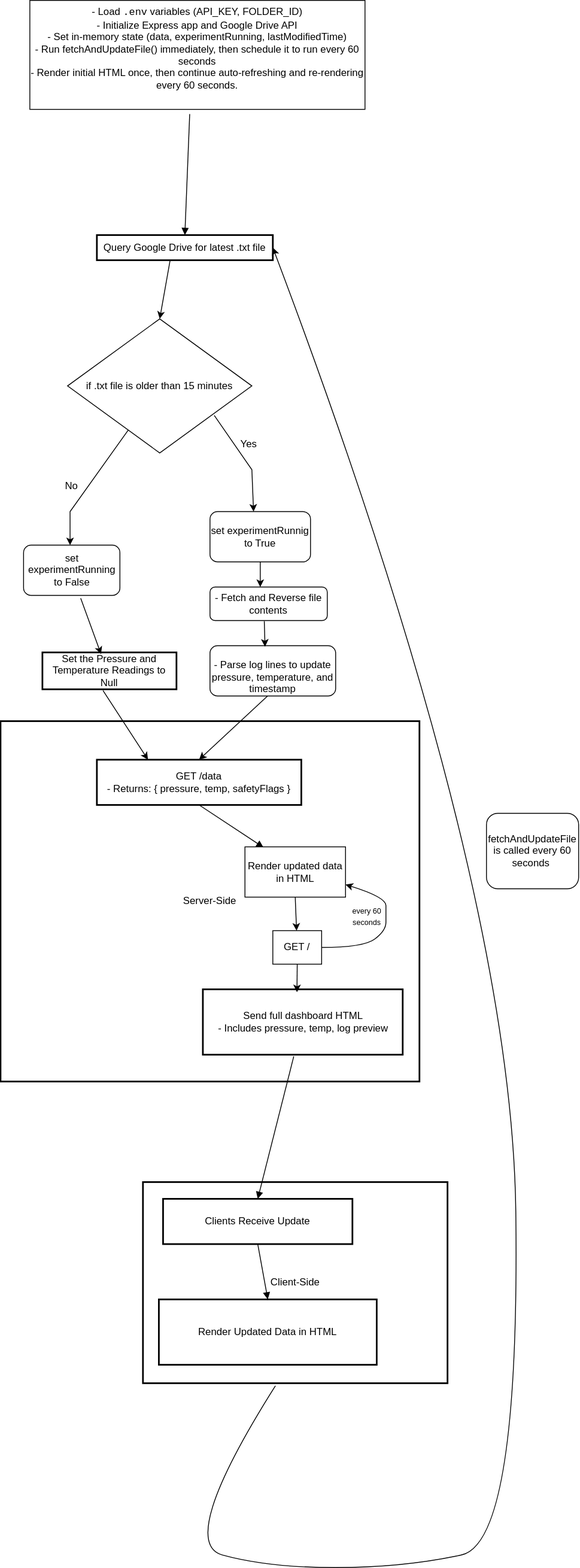
Above: webmonitorFlowchart.drawio.svg in uw-loci/EBEAM_webmonitor (draw.io), before the change. Source tidied: cells renumbered, new cells last; positions are measured from the earlier drawing's top-left corner, leaving out a move shared by most shapes.
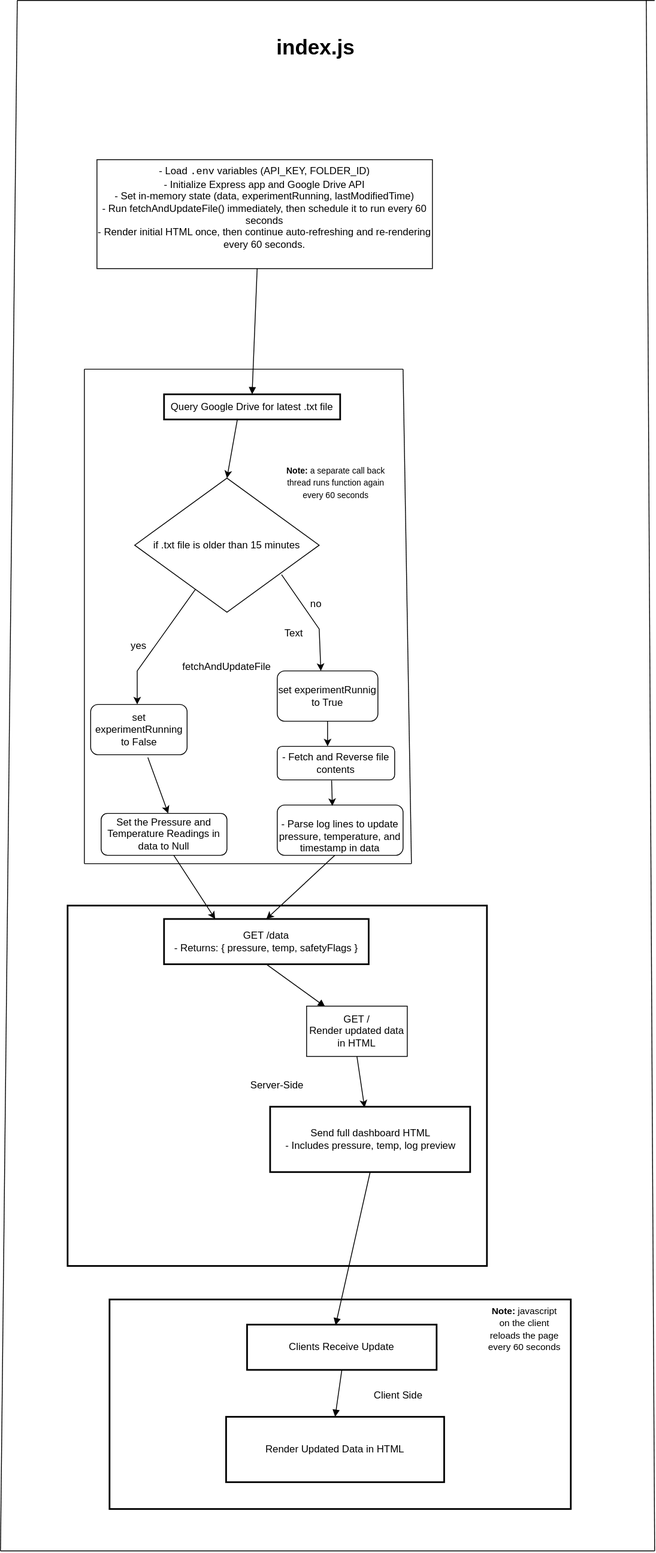
The same diagram one commit later.

What changed in the source:
```diff
@@ -3,39 +3,34 @@
     <mxCell id="0" />
     <mxCell id="1" parent="0" />
     <mxCell id="2" value="Server-Side" style="whiteSpace=wrap;strokeWidth=2;" parent="1" vertex="1">
-      <mxGeometry y="860" width="500" height="430" as="geometry" />
+      <mxGeometry y="890" width="500" height="430" as="geometry" />
     </mxCell>
-    <mxCell id="3" value="Client-Side" style="whiteSpace=wrap;strokeWidth=2;" parent="1" vertex="1">
-      <mxGeometry x="170" y="1410" width="363.5" height="240" as="geometry" />
+    <mxCell id="3" style="whiteSpace=wrap;strokeWidth=2;" parent="1" vertex="1">
+      <mxGeometry x="50" y="1360" width="550" height="250" as="geometry" />
     </mxCell>
     <mxCell id="4" value="Query Google Drive for latest .txt file" style="whiteSpace=wrap;strokeWidth=2;" parent="1" vertex="1">
       <mxGeometry x="115" y="280" width="210" height="30" as="geometry" />
     </mxCell>
-    <mxCell id="5" value="Set the Pressure and Temperature Readings to Null" style="whiteSpace=wrap;strokeWidth=2;" parent="1" vertex="1">
-      <mxGeometry x="50" y="778" width="160" height="44" as="geometry" />
-    </mxCell>
     <mxCell id="6" value="&#10;GET /data&#10;- Returns: { pressure, temp, safetyFlags }&#10;" style="whiteSpace=wrap;strokeWidth=2;" parent="1" vertex="1">
       <mxGeometry x="115" y="906" width="244" height="54" as="geometry" />
     </mxCell>
     <mxCell id="7" value="Send full dashboard HTML&#10;- Includes pressure, temp, log preview" style="whiteSpace=wrap;strokeWidth=2;" parent="1" vertex="1">
-      <mxGeometry x="241.5" y="1180" width="238.5" height="78" as="geometry" />
+      <mxGeometry x="241.5" y="1130" width="238.5" height="78" as="geometry" />
     </mxCell>
     <mxCell id="8" value="Clients Receive Update" style="whiteSpace=wrap;strokeWidth=2;" parent="1" vertex="1">
-      <mxGeometry x="194" y="1430" width="226" height="54" as="geometry" />
+      <mxGeometry x="214" y="1390" width="226" height="54" as="geometry" />
     </mxCell>
     <mxCell id="9" value="Render Updated Data in HTML" style="whiteSpace=wrap;strokeWidth=2;" parent="1" vertex="1">
-      <mxGeometry x="189" y="1550" width="260" height="78" as="geometry" />
+      <mxGeometry x="189" y="1500" width="260" height="78" as="geometry" />
     </mxCell>
-    <mxCell id="10" style="curved=1;startArrow=none;endArrow=block;exitX=0.477;exitY=1.043;entryX=0.5;entryY=0;exitDx=0;exitDy=0;exitPerimeter=0;" parent="1" edge="1" source="14" target="4">
+    <mxCell id="10" style="curved=1;startArrow=none;endArrow=block;exitX=0.478;exitY=0.968;entryX=0.5;entryY=0;exitDx=0;exitDy=0;exitPerimeter=0;" parent="1" edge="1" source="14" target="4">
       <mxGeometry relative="1" as="geometry" />
     </mxCell>
     <mxCell id="11" style="curved=1;startArrow=none;endArrow=block;exitX=0.5;exitY=1;entryX=0.184;entryY=0.011;entryDx=0;entryDy=0;entryPerimeter=0;" parent="1" edge="1" source="6" target="32">
       <mxGeometry relative="1" as="geometry" />
     </mxCell>
-    <mxCell id="12" style="curved=1;startArrow=none;endArrow=block;entryX=0.5;entryY=0;" parent="1" edge="1" target="8">
-      <mxGeometry relative="1" as="geometry">
-        <mxPoint x="350" y="1260" as="sourcePoint" />
-      </mxGeometry>
+    <mxCell id="12" style="curved=1;startArrow=none;endArrow=block;exitX=0.5;exitY=1;exitDx=0;exitDy=0;entryX=0.467;entryY=0.014;entryDx=0;entryDy=0;entryPerimeter=0;" parent="1" edge="1" source="7" target="8">
+      <mxGeometry relative="1" as="geometry" />
     </mxCell>
     <mxCell id="13" style="curved=1;startArrow=none;endArrow=block;exitX=0.5;exitY=1;entryX=0.5;entryY=0;" parent="1" edge="1" source="8" target="9">
       <mxGeometry relative="1" as="geometry" />
@@ -73,10 +68,10 @@
         <mxPoint x="120" y="780" as="targetPoint" />
       </mxGeometry>
     </mxCell>
-    <mxCell id="21" value="Yes" style="text;html=1;align=center;verticalAlign=middle;whiteSpace=wrap;rounded=0;" parent="1" vertex="1">
+    <mxCell id="21" value="no" style="text;html=1;align=center;verticalAlign=middle;whiteSpace=wrap;rounded=0;" parent="1" vertex="1">
       <mxGeometry x="241.5" y="500" width="108.5" height="60" as="geometry" />
     </mxCell>
-    <mxCell id="22" value="No" style="text;html=1;align=center;verticalAlign=middle;whiteSpace=wrap;rounded=0;" parent="1" vertex="1">
+    <mxCell id="22" value="yes" style="text;html=1;align=center;verticalAlign=middle;whiteSpace=wrap;rounded=0;" parent="1" vertex="1">
       <mxGeometry x="15" y="550" width="140" height="60" as="geometry" />
     </mxCell>
     <mxCell id="23" style="endArrow=classic;html=1;rounded=0;entryX=0.5;entryY=0;entryDx=0;entryDy=0;exitX=0.416;exitY=1.012;exitDx=0;exitDy=0;exitPerimeter=0;" parent="1" edge="1" source="4" target="15">
@@ -87,60 +82,97 @@
         <mxPoint x="310" y="700" as="targetPoint" />
       </mxGeometry>
     </mxCell>
-    <mxCell id="25" style="curved=1;endArrow=classic;html=1;rounded=0;exitX=0.435;exitY=1.013;exitDx=0;exitDy=0;exitPerimeter=0;entryX=1;entryY=0.5;entryDx=0;entryDy=0;" parent="1" edge="1" source="3" target="4">
-      <mxGeometry relative="1" as="geometry">
-        <Array as="points">
-          <mxPoint x="210" y="1840" />
-          <mxPoint x="320" y="1870" />
-          <mxPoint x="480" y="1870" />
-          <mxPoint x="620" y="1840" />
-          <mxPoint x="610" y="1050" />
-        </Array>
-      </mxGeometry>
-    </mxCell>
-    <mxCell id="26" value="fetchAndUpdateFile is called every 60 seconds&amp;nbsp;" style="rounded=1;whiteSpace=wrap;html=1;" parent="1" vertex="1">
-      <mxGeometry x="580" y="970" width="110" height="90" as="geometry" />
-    </mxCell>
     <mxCell id="27" value="- Fetch and Reverse file contents" style="rounded=1;whiteSpace=wrap;html=1;" parent="1" vertex="1">
       <mxGeometry x="250" y="700" width="140" height="40" as="geometry" />
     </mxCell>
     <mxCell id="28" style="endArrow=classic;html=1;rounded=0;exitX=0.457;exitY=1.003;exitDx=0;exitDy=0;exitPerimeter=0;entryX=0.5;entryY=0;entryDx=0;entryDy=0;" parent="1" edge="1" source="29" target="6">
       <mxGeometry relative="1" as="geometry" />
     </mxCell>
-    <mxCell id="29" value="&lt;br class=&quot;Apple-interchange-newline&quot;&gt;- Parse log lines to update pressure, temperature, and timestamp" style="rounded=1;whiteSpace=wrap;html=1;" parent="1" vertex="1">
+    <mxCell id="29" value="&lt;br class=&quot;Apple-interchange-newline&quot;&gt;- Parse log lines to update pressure, temperature, and timestamp in data" style="rounded=1;whiteSpace=wrap;html=1;" parent="1" vertex="1">
       <mxGeometry x="250" y="770" width="150" height="60" as="geometry" />
     </mxCell>
     <mxCell id="30" style="endArrow=classic;html=1;rounded=0;exitX=0.463;exitY=1.017;exitDx=0;exitDy=0;exitPerimeter=0;entryX=0.438;entryY=0.019;entryDx=0;entryDy=0;entryPerimeter=0;" parent="1" edge="1" source="27" target="29">
       <mxGeometry relative="1" as="geometry" />
     </mxCell>
-    <mxCell id="31" style="endArrow=classic;html=1;rounded=0;exitX=0.452;exitY=1.032;exitDx=0;exitDy=0;exitPerimeter=0;entryX=0.25;entryY=0;entryDx=0;entryDy=0;" parent="1" edge="1" source="5" target="6">
-      <mxGeometry relative="1" as="geometry" />
+    <mxCell id="31" style="endArrow=classic;html=1;rounded=0;exitX=0.452;exitY=1.032;exitDx=0;exitDy=0;exitPerimeter=0;entryX=0.25;entryY=0;entryDx=0;entryDy=0;" parent="1" edge="1" target="6">
+      <mxGeometry relative="1" as="geometry">
+        <mxPoint x="122.3" y="823.4" as="sourcePoint" />
+      </mxGeometry>
     </mxCell>
-    <mxCell id="32" value="Render updated data in HTML" style="rounded=0;whiteSpace=wrap;html=1;" parent="1" vertex="1">
-      <mxGeometry x="291.8" y="1010" width="120" height="60" as="geometry" />
+    <mxCell id="32" value="&lt;div&gt;GET /&lt;/div&gt;Render updated data in HTML" style="rounded=0;whiteSpace=wrap;html=1;" parent="1" vertex="1">
+      <mxGeometry x="285" y="1010" width="120" height="60" as="geometry" />
     </mxCell>
-    <mxCell id="33" style="endArrow=classic;html=1;rounded=0;exitX=0.5;exitY=1;exitDx=0;exitDy=0;" parent="1" edge="1" source="32" target="34">
+    <mxCell id="33" style="endArrow=classic;html=1;rounded=0;exitX=0.5;exitY=1;exitDx=0;exitDy=0;entryX=0.472;entryY=0.013;entryDx=0;entryDy=0;entryPerimeter=0;" parent="1" edge="1" source="32" target="7">
       <mxGeometry relative="1" as="geometry" />
     </mxCell>
-    <mxCell id="34" value="GET /" style="rounded=0;whiteSpace=wrap;html=1;" parent="1" vertex="1">
-      <mxGeometry x="325" y="1110" width="58.2" height="40" as="geometry" />
-    </mxCell>
-    <mxCell id="35" style="endArrow=classic;html=1;rounded=0;exitX=0.5;exitY=1;exitDx=0;exitDy=0;entryX=0.471;entryY=0.044;entryDx=0;entryDy=0;entryPerimeter=0;" parent="1" edge="1" source="34" target="7">
-      <mxGeometry relative="1" as="geometry" />
-    </mxCell>
-    <mxCell id="36" style="curved=1;endArrow=classic;html=1;rounded=0;entryX=1;entryY=0.75;entryDx=0;entryDy=0;" parent="1" edge="1" target="32">
-      <mxGeometry relative="1" as="geometry">
-        <mxPoint x="383.2" y="1130" as="sourcePoint" />
-        <Array as="points">
-          <mxPoint x="433.2" y="1130" />
-          <mxPoint x="460" y="1110" />
-          <mxPoint x="460" y="1090" />
-          <mxPoint x="460" y="1070" />
-        </Array>
-      </mxGeometry>
-    </mxCell>
-    <mxCell id="37" value="&lt;font style=&quot;font-size: 9px;&quot;&gt;every 60 seconds&lt;/font&gt;&lt;div&gt;&lt;br&gt;&lt;/div&gt;" style="text;html=1;align=center;verticalAlign=middle;whiteSpace=wrap;rounded=0;strokeWidth=0;" parent="1" vertex="1">
-      <mxGeometry x="411.8" y="1090" width="51" height="20" as="geometry" />
-    </mxCell>
+    <mxCell id="38" style="endArrow=none;html=1;rounded=0;" parent="1" edge="1">
+      <mxGeometry relative="1" as="geometry">
+        <mxPoint x="-80" y="1660" as="sourcePoint" />
+        <mxPoint x="-60" y="-190" as="targetPoint" />
+      </mxGeometry>
+    </mxCell>
+    <mxCell id="39" style="endArrow=none;html=1;rounded=0;" parent="1" edge="1">
+      <mxGeometry relative="1" as="geometry">
+        <mxPoint x="-60" y="-190" as="sourcePoint" />
+        <mxPoint x="700" y="-190" as="targetPoint" />
+      </mxGeometry>
+    </mxCell>
+    <mxCell id="40" style="endArrow=none;html=1;rounded=0;" parent="1" edge="1">
+      <mxGeometry relative="1" as="geometry">
+        <mxPoint x="-80" y="1660" as="sourcePoint" />
+        <mxPoint x="700" y="1660" as="targetPoint" />
+      </mxGeometry>
+    </mxCell>
+    <mxCell id="41" style="endArrow=none;html=1;rounded=0;" parent="1" edge="1">
+      <mxGeometry relative="1" as="geometry">
+        <mxPoint x="700" y="1660" as="sourcePoint" />
+        <mxPoint x="690" y="-190" as="targetPoint" />
+      </mxGeometry>
+    </mxCell>
+    <mxCell id="42" value="&lt;b&gt;&lt;font style=&quot;font-size: 25px;&quot;&gt;index.js&lt;/font&gt;&lt;/b&gt;" style="text;html=1;align=center;verticalAlign=middle;whiteSpace=wrap;rounded=0;" parent="1" vertex="1">
+      <mxGeometry x="250.8" y="-150" width="90" height="30" as="geometry" />
+    </mxCell>
+    <mxCell id="43" style="endArrow=none;html=1;rounded=0;" parent="1" edge="1">
+      <mxGeometry relative="1" as="geometry">
+        <mxPoint x="20" y="250" as="sourcePoint" />
+        <mxPoint x="400" y="250" as="targetPoint" />
+      </mxGeometry>
+    </mxCell>
+    <mxCell id="44" style="endArrow=none;html=1;rounded=0;" parent="1" edge="1">
+      <mxGeometry relative="1" as="geometry">
+        <mxPoint x="20" y="840" as="sourcePoint" />
+        <mxPoint x="20" y="250" as="targetPoint" />
+      </mxGeometry>
+    </mxCell>
+    <mxCell id="45" style="endArrow=none;html=1;rounded=0;" parent="1" edge="1">
+      <mxGeometry relative="1" as="geometry">
+        <mxPoint x="410" y="840" as="sourcePoint" />
+        <mxPoint x="400" y="250" as="targetPoint" />
+      </mxGeometry>
+    </mxCell>
+    <mxCell id="46" style="endArrow=none;html=1;rounded=0;" parent="1" edge="1">
+      <mxGeometry relative="1" as="geometry">
+        <mxPoint x="20" y="840" as="sourcePoint" />
+        <mxPoint x="410" y="840" as="targetPoint" />
+      </mxGeometry>
+    </mxCell>
+    <mxCell id="47" value="fetchAndUpdateFile" style="text;html=1;align=center;verticalAlign=middle;whiteSpace=wrap;rounded=0;" parent="1" vertex="1">
+      <mxGeometry x="160" y="590" width="60" height="30" as="geometry" />
+    </mxCell>
+    <mxCell id="48" value="Set the Pressure and Temperature Readings in data to Null" style="rounded=1;whiteSpace=wrap;html=1;" parent="1" vertex="1">
+      <mxGeometry x="40" y="780" width="150" height="50" as="geometry" />
+    </mxCell>
+    <mxCell id="49" value="Text" style="text;html=1;align=center;verticalAlign=middle;whiteSpace=wrap;rounded=0;" parent="1" vertex="1">
+      <mxGeometry x="240" y="550" width="60" height="30" as="geometry" />
+    </mxCell>
+    <mxCell id="50" value="&lt;font style=&quot;font-size: 10px;&quot;&gt;&lt;b&gt;Note:&lt;/b&gt; a separate call back thread runs function again every 60 seconds&lt;/font&gt;" style="text;html=1;align=center;verticalAlign=middle;whiteSpace=wrap;rounded=0;strokeWidth=0;" parent="1" vertex="1">
+      <mxGeometry x="250" y="370" width="140" height="30" as="geometry" />
+    </mxCell>
+    <mxCell id="51" value="Client Side" style="text;html=1;align=center;verticalAlign=middle;whiteSpace=wrap;rounded=0;" parent="1" vertex="1">
+      <mxGeometry x="359" y="1460" width="71" height="30" as="geometry" />
+    </mxCell>
+    <mxCell id="52" value="&lt;font style=&quot;font-size: 11px;&quot;&gt;&lt;b style=&quot;&quot;&gt;Note:&lt;/b&gt; javascript on the client reloads the page every 60 seconds&lt;/font&gt;" style="text;html=1;align=center;verticalAlign=middle;whiteSpace=wrap;rounded=0;" parent="1" vertex="1">
+      <mxGeometry x="500" y="1380" width="90" height="30" as="geometry" />
+    </mxCell>
   </root>
 </mxGraphModel>
```
